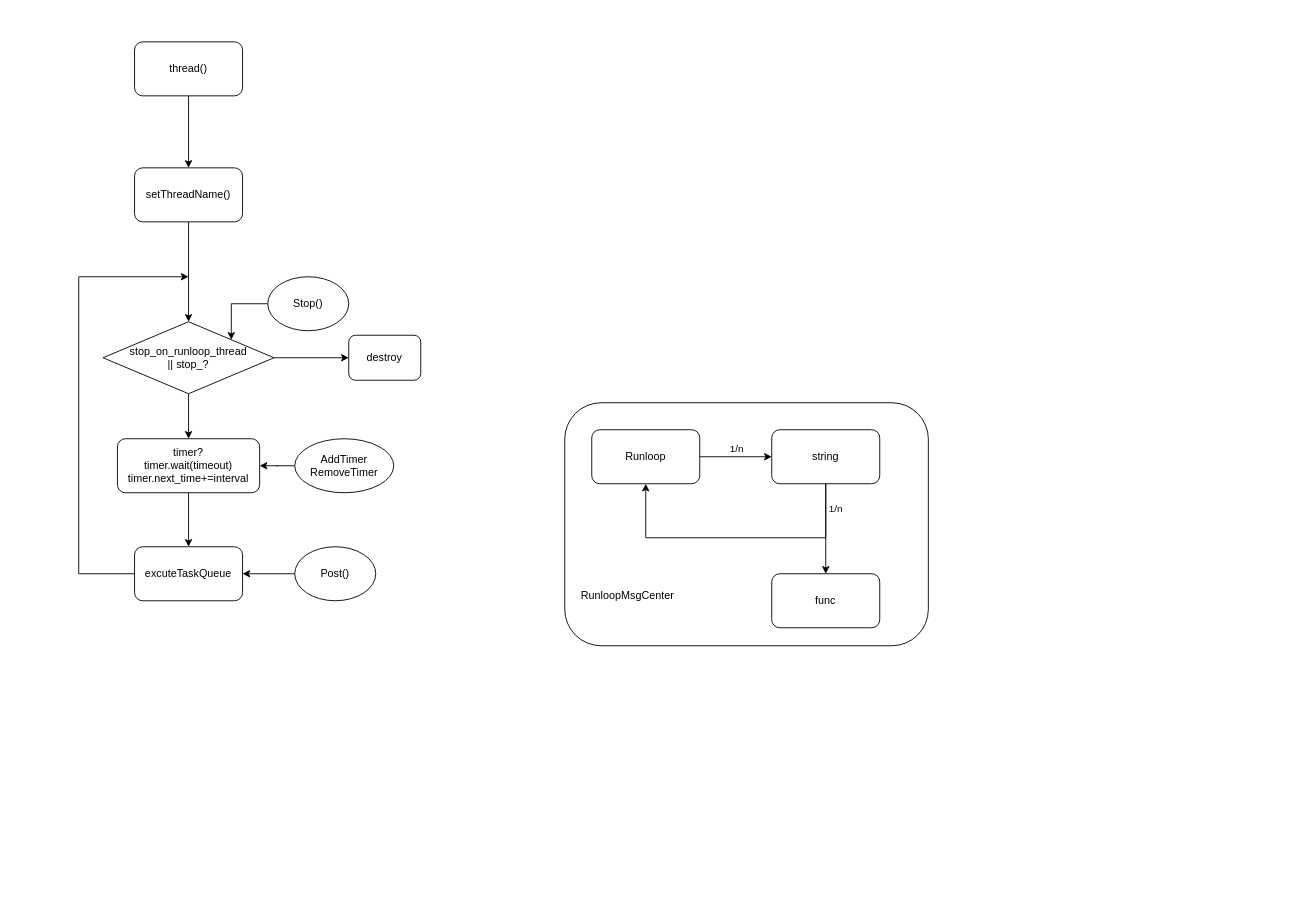
The draw.io diagram files/runloop.drawio in ouyangjunyi/drawio, before the edit. Source tidied: cells renumbered, new cells numbered last; positions are measured from the earlier drawing's top-left corner, leaving out a move shared by most shapes. Both pictures are drawn from the tidied source at 90%, with x=0, y=0 at pixel (78, 41).
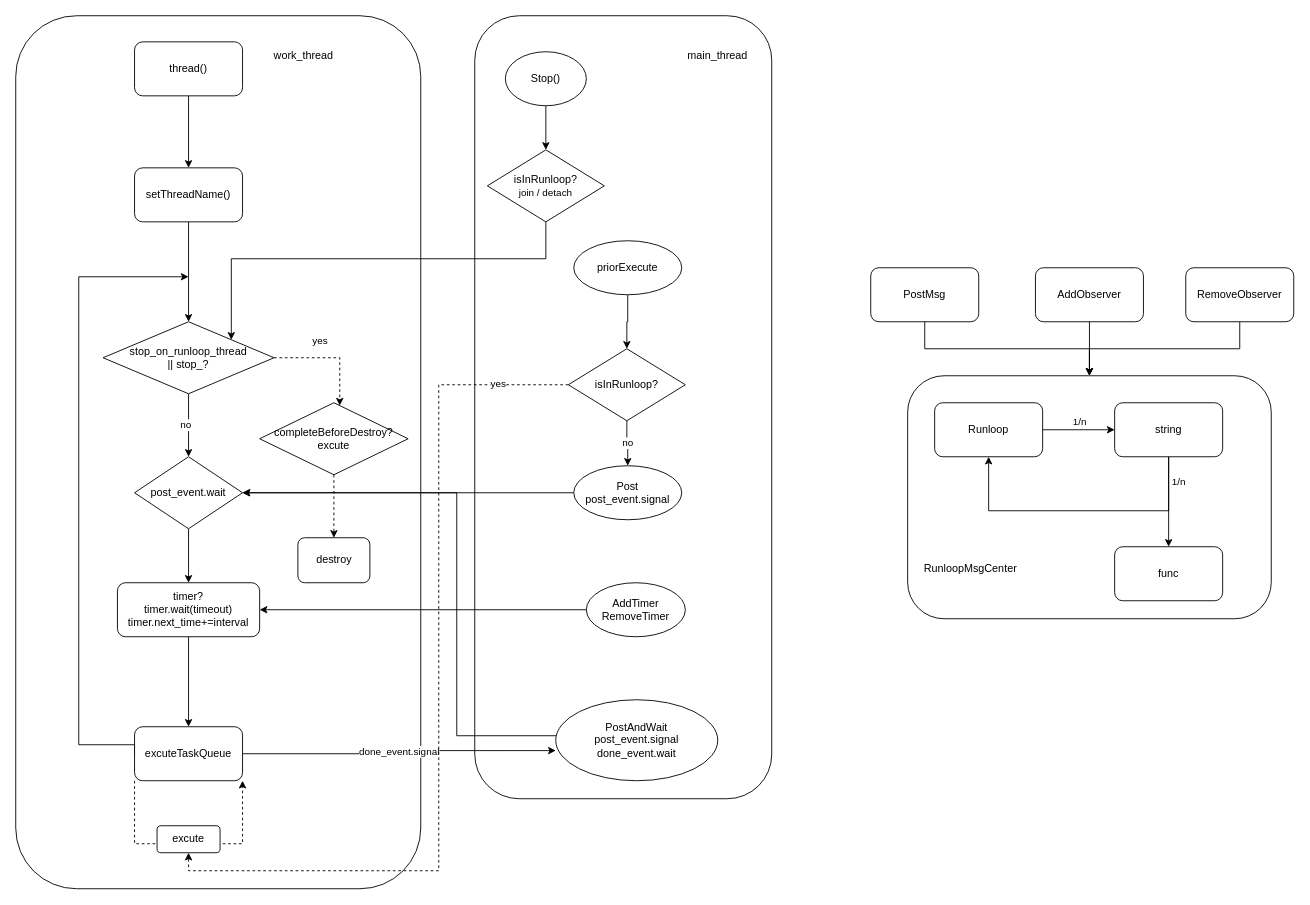
The same diagram, later.

Unchanged cells that the change refers to:
```xml
<mxCell id="9" style="rounded=1;whiteSpace=wrap;html=1;" parent="8" vertex="1">
  <mxGeometry width="404" height="270" as="geometry" />
</mxCell>
<mxCell id="21" value="stop_on_runloop_thread&lt;br&gt;|| stop_?" style="rhombus;whiteSpace=wrap;html=1;" parent="1" vertex="1">
  <mxGeometry x="27" y="311" width="190" height="80" as="geometry" />
</mxCell>
```

The edit, as a diff of the source:
```diff
@@
+    <mxCell id="31" style="rounded=1;whiteSpace=wrap;html=1;" parent="1" vertex="1">
+      <mxGeometry x="440" y="-29" width="330" height="870" as="geometry" />
+    </mxCell>
+    <mxCell id="32" style="rounded=1;whiteSpace=wrap;html=1;" parent="1" vertex="1">
+      <mxGeometry x="-70" y="-29" width="450" height="970" as="geometry" />
+    </mxCell>
@@
     <mxCell id="6" style="edgeStyle=orthogonalEdgeStyle;rounded=0;jettySize=auto;html=1;exitX=0;exitY=0.5;exitDx=0;exitDy=0;" parent="1" edge="1" source="7">
       <mxGeometry relative="1" as="geometry">
         <mxPoint x="122" y="261" as="targetPoint" />
         <Array as="points">
-          <mxPoint y="591" />
+          <mxPoint y="781" />
           <mxPoint y="261" />
         </Array>
       </mxGeometry>
     </mxCell>
+    <mxCell id="33" value="done_event.signal" style="edgeStyle=orthogonalEdgeStyle;rounded=0;jettySize=auto;html=1;entryX=0;entryY=0.628;entryDx=0;entryDy=0;entryPerimeter=0;" parent="1" edge="1" source="7" target="46">
+      <mxGeometry relative="1" as="geometry" />
+    </mxCell>
+    <mxCell id="34" style="edgeStyle=orthogonalEdgeStyle;rounded=0;orthogonalLoop=1;jettySize=auto;html=1;exitX=0;exitY=1;exitDx=0;exitDy=0;dashed=1;entryX=1;entryY=1;entryDx=0;entryDy=0;" parent="1" edge="1" source="7" target="7">
+      <mxGeometry relative="1" as="geometry">
+        <Array as="points">
+          <mxPoint x="62" y="891" />
+          <mxPoint x="182" y="891" />
+        </Array>
+      </mxGeometry>
+    </mxCell>
     <mxCell id="7" value="excuteTaskQueue" style="rounded=1;whiteSpace=wrap;html=1;" parent="1" vertex="1">
-      <mxGeometry x="62" y="561" width="120" height="60" as="geometry" />
+      <mxGeometry x="62" y="761" width="120" height="60" as="geometry" />
     </mxCell>
     <mxCell id="8" style="group;" parent="1" vertex="1">
-      <mxGeometry x="540" y="401" width="404" height="270" as="geometry" />
+      <mxGeometry x="921" y="371" width="404" height="270" as="geometry" />
     </mxCell>
@@
-    <mxCell id="19" style="edgeStyle=orthogonalEdgeStyle;rounded=0;jettySize=auto;html=1;" parent="1" edge="1" source="21" target="24">
-      <mxGeometry relative="1" as="geometry" />
-    </mxCell>
-    <mxCell id="20" style="edgeStyle=orthogonalEdgeStyle;rounded=0;jettySize=auto;html=1;" parent="1" edge="1" source="21" target="22">
-      <mxGeometry relative="1" as="geometry" />
-    </mxCell>
+    <mxCell id="35" style="edgeStyle=orthogonalEdgeStyle;rounded=0;jettySize=auto;html=1;" parent="1" edge="1" source="21" target="42">
+      <mxGeometry relative="1" as="geometry" />
+    </mxCell>
+    <mxCell id="36" value="no" style="edgeLabel;html=1;align=center;verticalAlign=middle;" parent="35" vertex="1">
+      <mxGeometry x="-0.02" y="-4" relative="1" as="geometry" />
+    </mxCell>
+    <mxCell id="37" style="edgeStyle=orthogonalEdgeStyle;rounded=0;jettySize=auto;html=1;dashed=1;" parent="1" edge="1" source="21" target="56">
+      <mxGeometry relative="1" as="geometry">
+        <Array as="points">
+          <mxPoint x="290" y="351" />
+        </Array>
+      </mxGeometry>
+    </mxCell>
+    <mxCell id="38" value="yes" style="edgeLabel;html=1;align=center;verticalAlign=middle;" parent="37" vertex="1">
+      <mxGeometry x="-0.2" y="-2" relative="1" as="geometry">
+        <mxPoint y="-22" as="offset" />
+      </mxGeometry>
+    </mxCell>
@@
     <mxCell id="22" value="destroy" style="rounded=1;whiteSpace=wrap;html=1;" parent="1" vertex="1">
-      <mxGeometry x="300" y="326" width="80" height="50" as="geometry" />
+      <mxGeometry x="243.5" y="551" width="80" height="50" as="geometry" />
     </mxCell>
@@
     <mxCell id="24" value="timer?&lt;br&gt;timer.wait(timeout)&lt;br&gt;timer.next_time+=interval" style="rounded=1;whiteSpace=wrap;html=1;" parent="1" vertex="1">
-      <mxGeometry x="43" y="441" width="158" height="60" as="geometry" />
+      <mxGeometry x="43" y="601" width="158" height="60" as="geometry" />
     </mxCell>
@@
     <mxCell id="26" value="AddTimer&lt;br&gt;RemoveTimer" style="ellipse;whiteSpace=wrap;html=1;" parent="1" vertex="1">
-      <mxGeometry x="240" y="441" width="110" height="60" as="geometry" />
+      <mxGeometry x="564" y="601" width="110" height="60" as="geometry" />
     </mxCell>
-    <mxCell id="27" style="edgeStyle=orthogonalEdgeStyle;rounded=0;jettySize=auto;html=1;entryX=1;entryY=0;entryDx=0;entryDy=0;" parent="1" edge="1" source="28" target="21">
-      <mxGeometry relative="1" as="geometry">
-        <Array as="points">
-          <mxPoint x="170" y="291" />
-        </Array>
-      </mxGeometry>
-    </mxCell>
+    <mxCell id="39" style="edgeStyle=orthogonalEdgeStyle;rounded=0;jettySize=auto;html=1;" parent="1" edge="1" source="28" target="54">
+      <mxGeometry relative="1" as="geometry" />
+    </mxCell>
     <mxCell id="28" value="Stop()" style="ellipse;whiteSpace=wrap;html=1;" parent="1" vertex="1">
-      <mxGeometry x="210" y="261" width="90" height="60" as="geometry" />
+      <mxGeometry x="474" y="11" width="90" height="60" as="geometry" />
     </mxCell>
-    <mxCell id="29" style="edgeStyle=orthogonalEdgeStyle;rounded=0;jettySize=auto;html=1;" parent="1" edge="1" source="30" target="7">
-      <mxGeometry relative="1" as="geometry" />
-    </mxCell>
+    <mxCell id="40" style="edgeStyle=orthogonalEdgeStyle;rounded=0;jettySize=auto;html=1;" parent="1" edge="1" source="30" target="42">
+      <mxGeometry relative="1" as="geometry" />
+    </mxCell>
-    <mxCell id="30" value="Post()" style="ellipse;whiteSpace=wrap;html=1;" parent="1" vertex="1">
-      <mxGeometry x="240" y="561" width="90" height="60" as="geometry" />
+    <mxCell id="30" value="Post&lt;br&gt;post_event.signal" style="ellipse;whiteSpace=wrap;html=1;" parent="1" vertex="1">
+      <mxGeometry x="550" y="471" width="120" height="60" as="geometry" />
     </mxCell>
+    <mxCell id="41" style="edgeStyle=orthogonalEdgeStyle;rounded=0;jettySize=auto;html=1;" parent="1" edge="1" source="42" target="24">
+      <mxGeometry relative="1" as="geometry" />
+    </mxCell>
+    <mxCell id="42" value="post_event.wait" style="rhombus;whiteSpace=wrap;html=1;" parent="1" vertex="1">
+      <mxGeometry x="62" y="461" width="120" height="80" as="geometry" />
+    </mxCell>
+    <mxCell id="43" value="work_thread" style="text;html=1;strokeColor=none;fillColor=none;align=center;verticalAlign=middle;whiteSpace=wrap;rounded=0;" parent="1" vertex="1">
+      <mxGeometry x="220" y="1" width="60" height="30" as="geometry" />
+    </mxCell>
+    <mxCell id="44" value="main_thread" style="text;html=1;strokeColor=none;fillColor=none;align=center;verticalAlign=middle;whiteSpace=wrap;rounded=0;" parent="1" vertex="1">
+      <mxGeometry x="680" y="1" width="60" height="30" as="geometry" />
+    </mxCell>
+    <mxCell id="45" style="edgeStyle=orthogonalEdgeStyle;rounded=0;jettySize=auto;html=1;entryX=1;entryY=0.5;entryDx=0;entryDy=0;" parent="1" edge="1" source="46" target="42">
+      <mxGeometry relative="1" as="geometry">
+        <Array as="points">
+          <mxPoint x="420" y="771" />
+          <mxPoint x="420" y="501" />
+        </Array>
+      </mxGeometry>
+    </mxCell>
+    <mxCell id="46" value="PostAndWait&lt;br&gt;post_event.signal&lt;br&gt;done_event.wait" style="ellipse;whiteSpace=wrap;html=1;" parent="1" vertex="1">
+      <mxGeometry x="530" y="731" width="180" height="90" as="geometry" />
+    </mxCell>
+    <mxCell id="47" style="edgeStyle=orthogonalEdgeStyle;rounded=0;jettySize=auto;html=1;exitX=0;exitY=0.5;exitDx=0;exitDy=0;dashed=1;entryX=0.5;entryY=1;entryDx=0;entryDy=0;" parent="1" edge="1" source="52" target="57">
+      <mxGeometry relative="1" as="geometry">
+        <Array as="points">
+          <mxPoint x="400" y="381" />
+          <mxPoint x="400" y="921" />
+          <mxPoint x="122" y="921" />
+        </Array>
+      </mxGeometry>
+    </mxCell>
+    <mxCell id="48" value="yes" style="edgeLabel;html=1;align=center;verticalAlign=middle;" parent="47" vertex="1">
+      <mxGeometry x="-0.84" y="-2" relative="1" as="geometry" />
+    </mxCell>
+    <mxCell id="49" style="edgeStyle=orthogonalEdgeStyle;rounded=0;jettySize=auto;html=1;" parent="1" edge="1" source="50" target="52">
+      <mxGeometry relative="1" as="geometry" />
+    </mxCell>
+    <mxCell id="50" value="priorExecute" style="ellipse;whiteSpace=wrap;html=1;" parent="1" vertex="1">
+      <mxGeometry x="550" y="221" width="120" height="60" as="geometry" />
+    </mxCell>
+    <mxCell id="51" value="no" style="edgeStyle=orthogonalEdgeStyle;rounded=0;jettySize=auto;html=1;" parent="1" edge="1" source="52" target="30">
+      <mxGeometry relative="1" as="geometry" />
+    </mxCell>
+    <mxCell id="52" value="isInRunloop?" style="rhombus;whiteSpace=wrap;html=1;" parent="1" vertex="1">
+      <mxGeometry x="544" y="341" width="130" height="80" as="geometry" />
+    </mxCell>
+    <mxCell id="53" style="edgeStyle=orthogonalEdgeStyle;rounded=0;jettySize=auto;html=1;entryX=1;entryY=0;entryDx=0;entryDy=0;exitX=0.5;exitY=1;exitDx=0;exitDy=0;" parent="1" edge="1" source="54" target="21">
+      <mxGeometry relative="1" as="geometry">
+        <Array as="points">
+          <mxPoint x="519" y="241" />
+          <mxPoint x="169" y="241" />
+        </Array>
+      </mxGeometry>
+    </mxCell>
+    <mxCell id="54" value="isInRunloop?&lt;br&gt;&lt;span style=&quot;font-size: 11px;&quot;&gt;join / detach&lt;/span&gt;" style="rhombus;whiteSpace=wrap;html=1;" parent="1" vertex="1">
+      <mxGeometry x="454" y="120" width="130" height="80" as="geometry" />
+    </mxCell>
+    <mxCell id="55" style="edgeStyle=orthogonalEdgeStyle;rounded=0;jettySize=auto;html=1;dashed=1;" parent="1" edge="1" source="56" target="22">
+      <mxGeometry relative="1" as="geometry" />
+    </mxCell>
+    <mxCell id="56" value="completeBeforeDestroy?&lt;br&gt;excute" style="rhombus;whiteSpace=wrap;html=1;" parent="1" vertex="1">
+      <mxGeometry x="201" y="401" width="165" height="80" as="geometry" />
+    </mxCell>
+    <mxCell id="57" value="excute" style="rounded=1;whiteSpace=wrap;html=1;" parent="1" vertex="1">
+      <mxGeometry x="87" y="871" width="70" height="30" as="geometry" />
+    </mxCell>
+    <mxCell id="58" style="edgeStyle=orthogonalEdgeStyle;rounded=0;jettySize=auto;html=1;" parent="1" edge="1" source="59" target="9">
+      <mxGeometry relative="1" as="geometry" />
+    </mxCell>
+    <mxCell id="59" value="AddObserver" style="rounded=1;whiteSpace=wrap;html=1;" parent="1" vertex="1">
+      <mxGeometry x="1063" y="251" width="120" height="60" as="geometry" />
+    </mxCell>
+    <mxCell id="60" style="edgeStyle=orthogonalEdgeStyle;rounded=0;jettySize=auto;html=1;" parent="1" edge="1" source="61" target="9">
+      <mxGeometry relative="1" as="geometry" />
+    </mxCell>
+    <mxCell id="61" value="RemoveObserver" style="rounded=1;whiteSpace=wrap;html=1;" parent="1" vertex="1">
+      <mxGeometry x="1230" y="251" width="120" height="60" as="geometry" />
+    </mxCell>
+    <mxCell id="62" style="edgeStyle=orthogonalEdgeStyle;rounded=0;jettySize=auto;html=1;" parent="1" edge="1" source="63" target="9">
+      <mxGeometry relative="1" as="geometry" />
+    </mxCell>
+    <mxCell id="63" value="PostMsg" style="rounded=1;whiteSpace=wrap;html=1;" parent="1" vertex="1">
+      <mxGeometry x="880" y="251" width="120" height="60" as="geometry" />
+    </mxCell>
```
